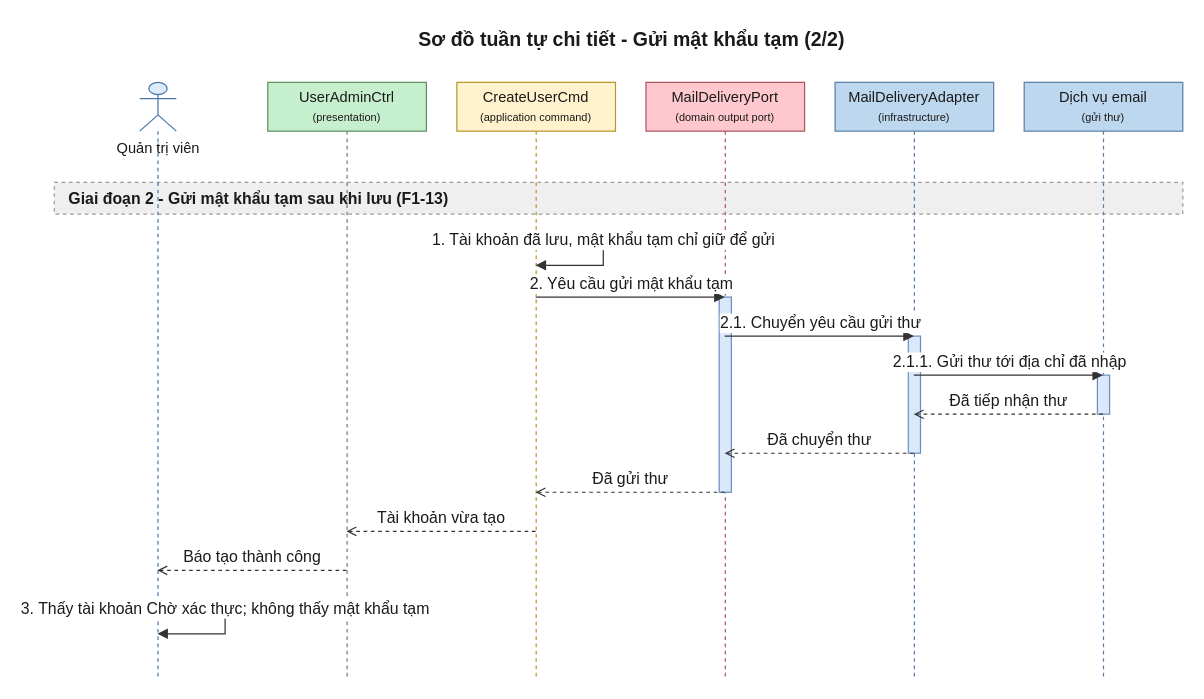
Above: 08-diagram/sequence/admin/sequence_admin_them_tai_khoan_p2.drawio in daiphu1801/PRJ_ALGOPREP (draw.io), before the change. Source tidied: cells renumbered, new cells numbered last; positions are measured from the earlier drawing's top-left corner, leaving out a move shared by most shapes. Both pictures are drawn from the tidied source at 122%, with x=0, y=0 at pixel (54, 21).
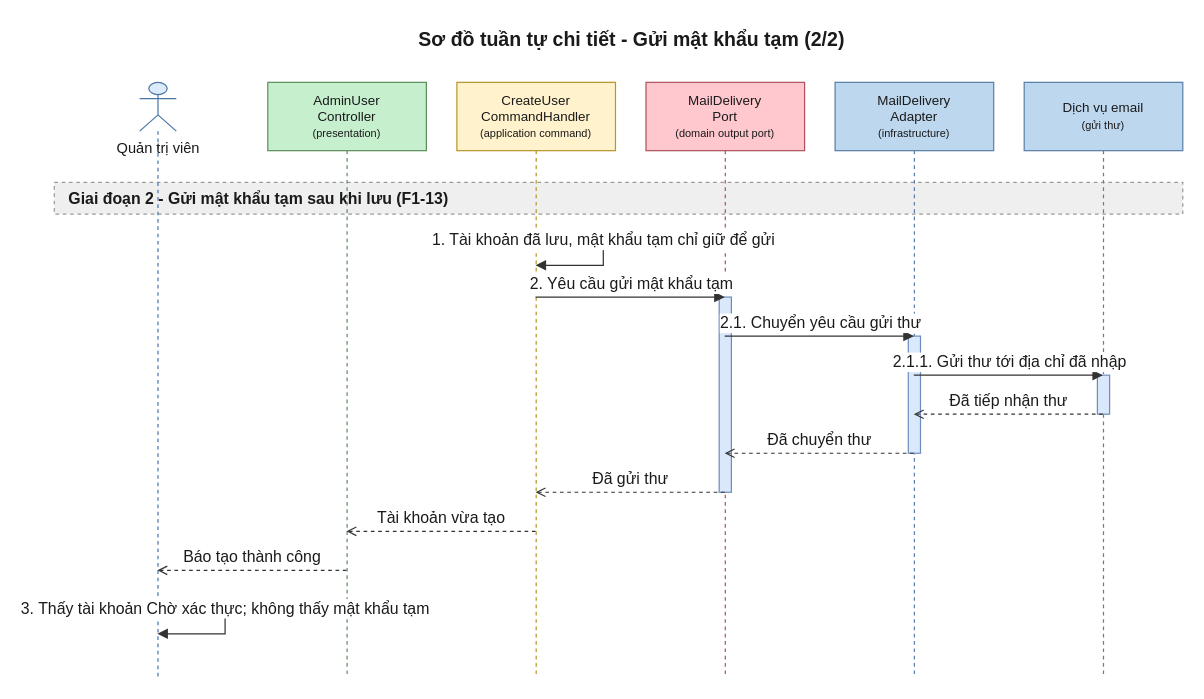
After the change.

Diff of the diagram source:
```diff
@@
-    <mxCell id="5" value="UserAdminCtrl&lt;br&gt;&lt;font style=&quot;font-size:9px&quot;&gt;(presentation)&lt;/font&gt;" style="shape=umlLifeline;perimeter=lifelinePerimeter;whiteSpace=wrap;html=1;outlineConnect=0;size=40;fillColor=#C6EFCE;strokeColor=#5E8E5E;fontColor=#1A1A1A;" parent="1" vertex="1">
+    <mxCell id="5" value="AdminUser&lt;br&gt;Controller&lt;br&gt;&lt;font style=&quot;font-size:9px&quot;&gt;(presentation)&lt;/font&gt;" style="shape=umlLifeline;perimeter=lifelinePerimeter;whiteSpace=wrap;html=1;outlineConnect=0;size=56;fontSize=11;fillColor=#C6EFCE;strokeColor=#5E8E5E;fontColor=#1A1A1A;" parent="1" vertex="1">
       <mxGeometry x="175" y="50" width="130" height="488" as="geometry" />
     </mxCell>
-    <mxCell id="6" value="CreateUserCmd&lt;br&gt;&lt;font style=&quot;font-size:9px&quot;&gt;(application command)&lt;/font&gt;" style="shape=umlLifeline;perimeter=lifelinePerimeter;whiteSpace=wrap;html=1;outlineConnect=0;size=40;fillColor=#FFF2CC;strokeColor=#B8952A;fontColor=#1A1A1A;" parent="1" vertex="1">
+    <mxCell id="6" value="CreateUser&lt;br&gt;CommandHandler&lt;br&gt;&lt;font style=&quot;font-size:9px&quot;&gt;(application command)&lt;/font&gt;" style="shape=umlLifeline;perimeter=lifelinePerimeter;whiteSpace=wrap;html=1;outlineConnect=0;size=56;fontSize=11;fillColor=#FFF2CC;strokeColor=#B8952A;fontColor=#1A1A1A;" parent="1" vertex="1">
       <mxGeometry x="330" y="50" width="130" height="488" as="geometry" />
     </mxCell>
-    <mxCell id="7" value="MailDeliveryPort&lt;br&gt;&lt;font style=&quot;font-size:9px&quot;&gt;(domain output port)&lt;/font&gt;" style="shape=umlLifeline;perimeter=lifelinePerimeter;whiteSpace=wrap;html=1;outlineConnect=0;size=40;fillColor=#FFC7CE;strokeColor=#B0525E;fontColor=#1A1A1A;" parent="1" vertex="1">
+    <mxCell id="7" value="MailDelivery&lt;br&gt;Port&lt;br&gt;&lt;font style=&quot;font-size:9px&quot;&gt;(domain output port)&lt;/font&gt;" style="shape=umlLifeline;perimeter=lifelinePerimeter;whiteSpace=wrap;html=1;outlineConnect=0;size=56;fontSize=11;fillColor=#FFC7CE;strokeColor=#B0525E;fontColor=#1A1A1A;" parent="1" vertex="1">
       <mxGeometry x="485" y="50" width="130" height="488" as="geometry" />
     </mxCell>
-    <mxCell id="8" value="MailDeliveryAdapter&lt;br&gt;&lt;font style=&quot;font-size:9px&quot;&gt;(infrastructure)&lt;/font&gt;" style="shape=umlLifeline;perimeter=lifelinePerimeter;whiteSpace=wrap;html=1;outlineConnect=0;size=40;fillColor=#BDD7EE;strokeColor=#5A7FA6;fontColor=#1A1A1A;" parent="1" vertex="1">
+    <mxCell id="8" value="MailDelivery&lt;br&gt;Adapter&lt;br&gt;&lt;font style=&quot;font-size:9px&quot;&gt;(infrastructure)&lt;/font&gt;" style="shape=umlLifeline;perimeter=lifelinePerimeter;whiteSpace=wrap;html=1;outlineConnect=0;size=56;fontSize=11;fillColor=#BDD7EE;strokeColor=#5A7FA6;fontColor=#1A1A1A;" parent="1" vertex="1">
       <mxGeometry x="640" y="50" width="130" height="488" as="geometry" />
     </mxCell>
-    <mxCell id="9" value="Dịch vụ email&lt;br&gt;&lt;font style=&quot;font-size:9px&quot;&gt;(gửi thư)&lt;/font&gt;" style="shape=umlLifeline;perimeter=lifelinePerimeter;whiteSpace=wrap;html=1;outlineConnect=0;size=40;fillColor=#BDD7EE;strokeColor=#5A7FA6;fontColor=#1A1A1A;" parent="1" vertex="1">
+    <mxCell id="9" value="Dịch vụ email&lt;br&gt;&lt;font style=&quot;font-size:9px&quot;&gt;(gửi thư)&lt;/font&gt;" style="shape=umlLifeline;perimeter=lifelinePerimeter;whiteSpace=wrap;html=1;outlineConnect=0;size=56;fontSize=11;fillColor=#BDD7EE;strokeColor=#5A7FA6;fontColor=#1A1A1A;" parent="1" vertex="1">
       <mxGeometry x="795" y="50" width="130" height="488" as="geometry" />
     </mxCell>
```
